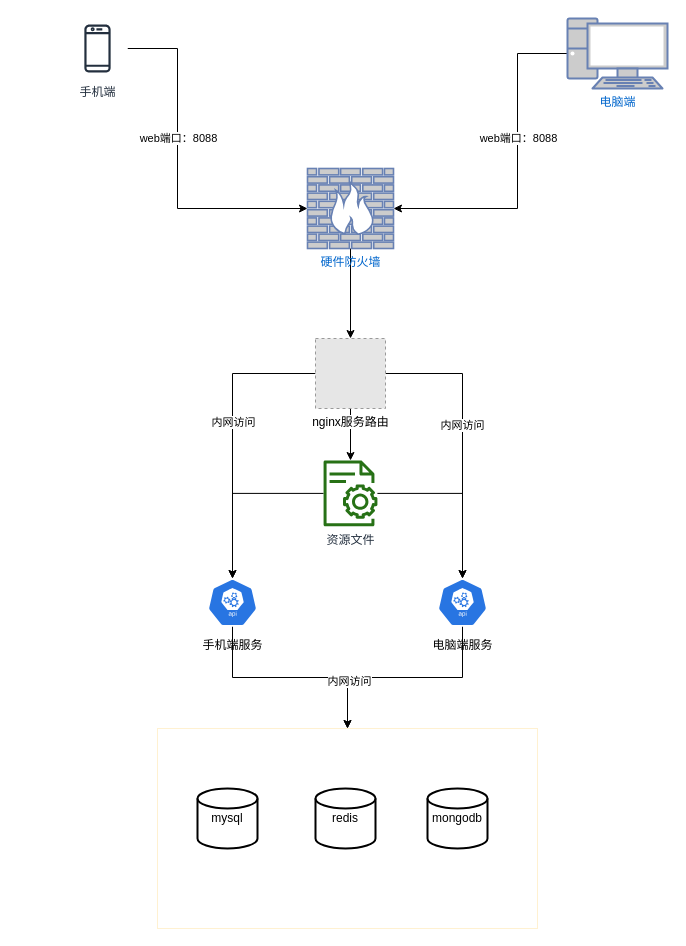
ammengke/my-drawio keeps this draw.io diagram as 方正圈子.drawio. Above is the earlier version. Source tidied: cells renumbered, new cells numbered last; positions are measured from the earlier drawing's top-left corner, leaving out a move shared by most shapes. Both pictures are drawn from the tidied source at 100%, with x=0, y=0 at pixel (67, 18). Pictures stored in the file or linked from it are replaced by grey dashed boxes.
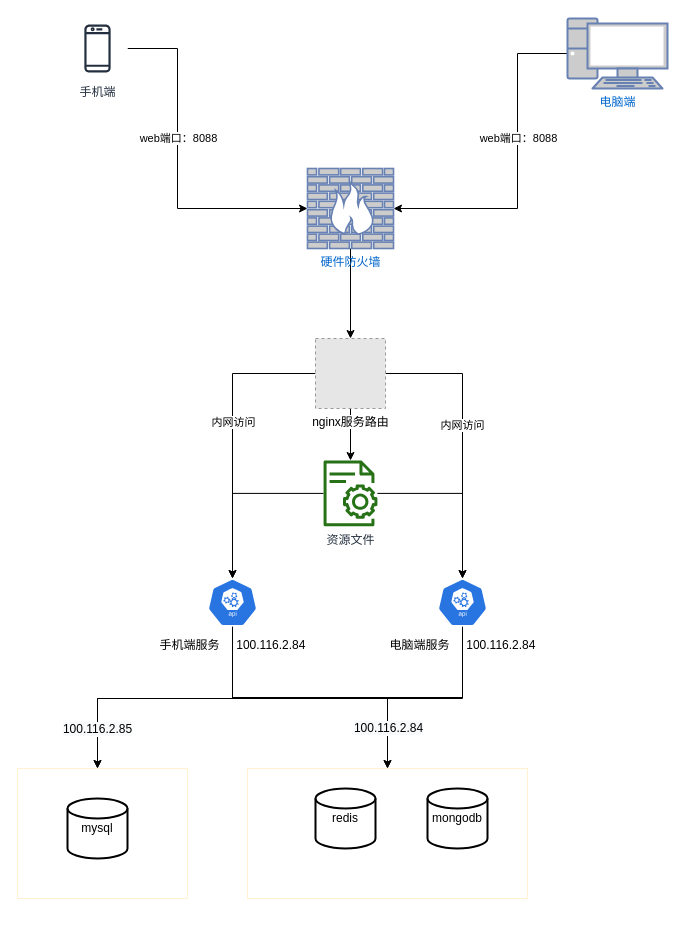
After the change.

The change refers to these unchanged cells:
```xml
<mxCell id="18" style="edgeStyle=orthogonalEdgeStyle;rounded=0;jettySize=auto;html=1;entryX=0.5;entryY=0;entryDx=0;entryDy=0;" parent="1" edge="1" source="20" target="24">
  <mxGeometry relative="1" as="geometry" />
</mxCell>
```

The edit, as a diff of the source:
```diff
@@
+    <mxCell id="28" style="rounded=0;whiteSpace=wrap;html=1;strokeColor=#FFF1D1;" parent="1" vertex="1">
+      <mxGeometry x="-50" y="750" width="170" height="130" as="geometry" />
+    </mxCell>
@@
+    <mxCell id="29" style="edgeStyle=orthogonalEdgeStyle;rounded=0;jettySize=auto;html=1;" parent="1" edge="1" source="17">
+      <mxGeometry relative="1" as="geometry">
+        <mxPoint x="30" y="750" as="targetPoint" />
+        <Array as="points">
+          <mxPoint x="165" y="680" />
+          <mxPoint x="30" y="680" />
+        </Array>
+      </mxGeometry>
+    </mxCell>
-    <mxCell id="17" value="&lt;br&gt;&lt;br&gt;&lt;br&gt;&lt;br&gt;&lt;br&gt;&lt;br&gt;手机端服务" style="html=1;dashed=0;whitespace=wrap;fillColor=#2875E2;strokeColor=#ffffff;points=[[0.005,0.63,0],[0.1,0.2,0],[0.9,0.2,0],[0.5,0,0],[0.995,0.63,0],[0.72,0.99,0],[0.5,1,0],[0.28,0.99,0]];shape=mxgraph.kubernetes.icon;prIcon=api;" parent="1" vertex="1">
+    <mxCell id="17" value="&lt;br&gt;&lt;br&gt;&lt;br&gt;&lt;br&gt;&lt;br&gt;&lt;br&gt;手机端服务&amp;nbsp; &amp;nbsp; &amp;nbsp;100.116.2.84" style="html=1;dashed=0;whitespace=wrap;fillColor=#2875E2;strokeColor=#ffffff;points=[[0.005,0.63,0],[0.1,0.2,0],[0.9,0.2,0],[0.5,0,0],[0.995,0.63,0],[0.72,0.99,0],[0.5,1,0],[0.28,0.99,0]];shape=mxgraph.kubernetes.icon;prIcon=api;" parent="1" vertex="1">
       <mxGeometry x="140" y="560" width="50" height="48" as="geometry" />
     </mxCell>
@@
-    <mxCell id="19" value="内网访问" style="edgeLabel;html=1;align=center;verticalAlign=middle;" parent="18" vertex="1">
-      <mxGeometry x="0.56" y="1" relative="1" as="geometry" />
+    <mxCell id="19" value="&lt;span style=&quot;font-size: 12px ; background-color: rgb(248 , 249 , 250)&quot;&gt;100.116.2.84&lt;/span&gt;" style="edgeLabel;html=1;align=center;verticalAlign=middle;" parent="18" vertex="1">
+      <mxGeometry x="0.56" y="1" relative="1" as="geometry">
+        <mxPoint x="-1" y="7.5" as="offset" />
+      </mxGeometry>
     </mxCell>
+    <mxCell id="30" style="edgeStyle=orthogonalEdgeStyle;rounded=0;jettySize=auto;html=1;" parent="1" edge="1" source="20">
+      <mxGeometry relative="1" as="geometry">
+        <mxPoint x="30" y="750" as="targetPoint" />
+        <Array as="points">
+          <mxPoint x="395" y="680" />
+          <mxPoint x="30" y="680" />
+        </Array>
+      </mxGeometry>
+    </mxCell>
+    <mxCell id="31" value="&lt;span style=&quot;font-size: 12px ; background-color: rgb(248 , 249 , 250)&quot;&gt;100.116.2.85&lt;/span&gt;" style="edgeLabel;html=1;align=center;verticalAlign=middle;" parent="30" vertex="1">
+      <mxGeometry x="0.55" y="1" relative="1" as="geometry">
+        <mxPoint x="-44.1" y="29" as="offset" />
+      </mxGeometry>
+    </mxCell>
-    <mxCell id="20" value="&lt;br&gt;&lt;br&gt;&lt;br&gt;&lt;br&gt;&lt;br&gt;&lt;br&gt;电脑端服务" style="html=1;dashed=0;whitespace=wrap;fillColor=#2875E2;strokeColor=#ffffff;points=[[0.005,0.63,0],[0.1,0.2,0],[0.9,0.2,0],[0.5,0,0],[0.995,0.63,0],[0.72,0.99,0],[0.5,1,0],[0.28,0.99,0]];shape=mxgraph.kubernetes.icon;prIcon=api;" parent="1" vertex="1">
+    <mxCell id="20" value="&lt;br&gt;&lt;br&gt;&lt;br&gt;&lt;br&gt;&lt;br&gt;&lt;br&gt;电脑端服务&amp;nbsp; &amp;nbsp; &amp;nbsp;100.116.2.84" style="html=1;dashed=0;whitespace=wrap;fillColor=#2875E2;strokeColor=#ffffff;points=[[0.005,0.63,0],[0.1,0.2,0],[0.9,0.2,0],[0.5,0,0],[0.995,0.63,0],[0.72,0.99,0],[0.5,1,0],[0.28,0.99,0]];shape=mxgraph.kubernetes.icon;prIcon=api;" parent="1" vertex="1">
       <mxGeometry x="370" y="560" width="50" height="48" as="geometry" />
     </mxCell>
@@
     <mxCell id="24" style="rounded=0;whiteSpace=wrap;html=1;strokeColor=#FFF1D1;" parent="1" vertex="1">
-      <mxGeometry x="90" y="710" width="380" height="200" as="geometry" />
+      <mxGeometry x="180" y="750" width="280" height="130" as="geometry" />
     </mxCell>
     <mxCell id="25" value="mysql" style="strokeWidth=2;html=1;shape=mxgraph.flowchart.database;whiteSpace=wrap;" parent="1" vertex="1">
-      <mxGeometry x="130" y="770" width="60" height="60" as="geometry" />
+      <mxGeometry y="780" width="60" height="60" as="geometry" />
     </mxCell>
```
